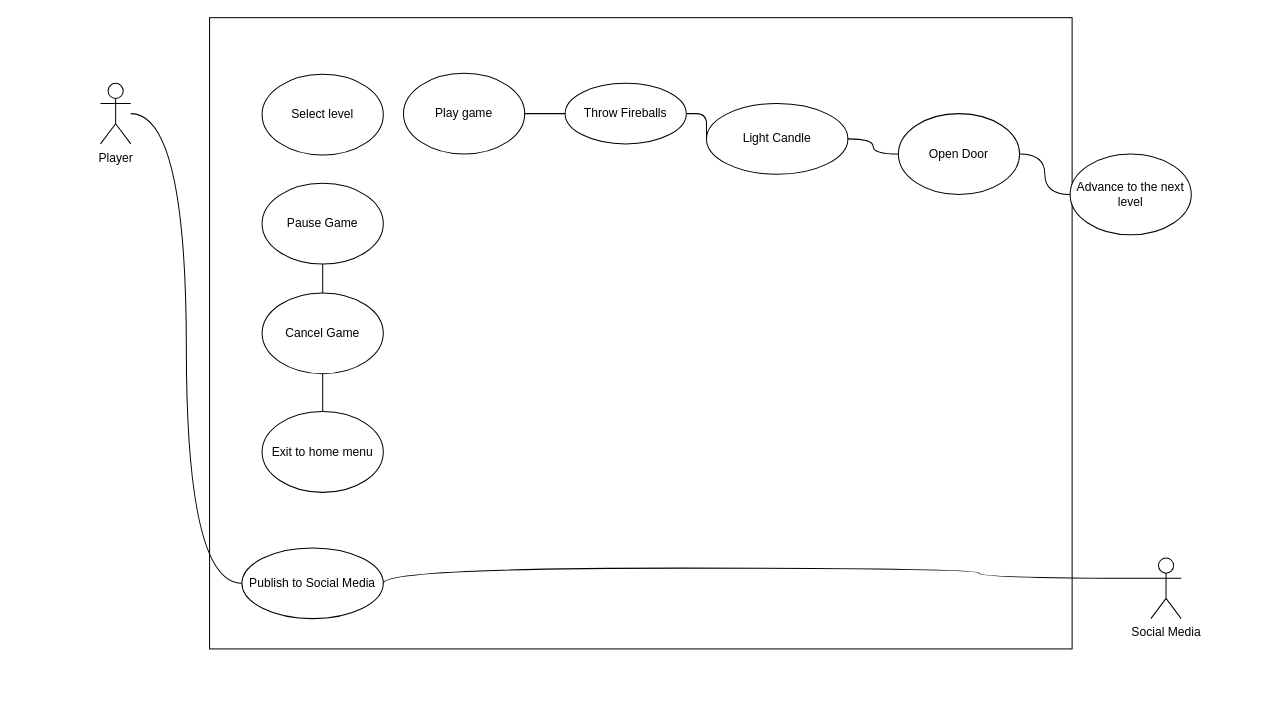
The draw.io diagram page "Use Case" (1 of 3) of Fileball Game Diagrams.drawio in sunrise858/CISC210Draw, before the edit. Source tidied: cells renumbered, new cells numbered last; positions are measured from the earlier drawing's top-left corner, leaving out a move shared by most shapes. Both pictures are drawn from the tidied source at 101%, with x=0, y=0 at pixel (100, 17).
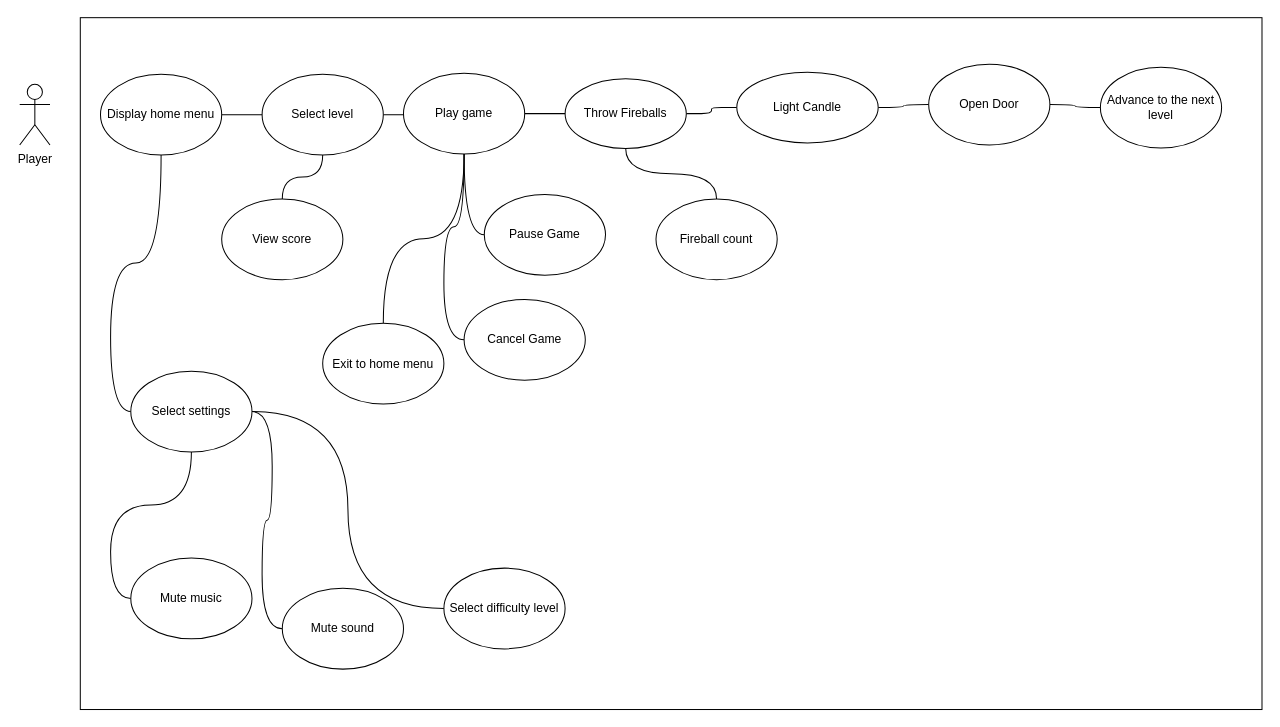
The same diagram, later.

Commit message:
Update Fireball Game Diagrams.drawio

Unchanged cells that the change refers to:
```xml
<mxCell id="17" value="Play game" style="ellipse;whiteSpace=wrap;html=1;" parent="1" vertex="1">
  <mxGeometry x="300" y="55" width="120" height="80" as="geometry" />
</mxCell>
<mxCell id="23" value="Select level" style="ellipse;whiteSpace=wrap;html=1;" parent="1" vertex="1">
  <mxGeometry x="160" y="56" width="120" height="80" as="geometry" />
</mxCell>
```

Change to the diagram source:
```diff
@@
     <mxCell id="3" style="rounded=0;whiteSpace=wrap;html=1;" parent="1" vertex="1">
-      <mxGeometry x="108" width="854" height="625" as="geometry" />
+      <mxGeometry x="-20" width="1170" height="685" as="geometry" />
     </mxCell>
     <mxCell id="4" value="Player" style="shape=umlActor;verticalLabelPosition=bottom;labelBackgroundColor=#ffffff;verticalAlign=top;html=1;" parent="1" vertex="1">
-      <mxGeometry y="65" width="30" height="60" as="geometry" />
+      <mxGeometry x="-80" y="66" width="30" height="60" as="geometry" />
     </mxCell>
@@
+    <mxCell id="24" style="edgeStyle=orthogonalEdgeStyle;curved=1;jettySize=auto;html=1;exitX=0.5;exitY=1;exitDx=0;exitDy=0;endArrow=none;endFill=0;" parent="1" edge="1" source="6" target="34">
+      <mxGeometry relative="1" as="geometry" />
+    </mxCell>
     <mxCell id="6" value="Throw Fireballs" style="ellipse;whiteSpace=wrap;html=1;" parent="1" vertex="1">
-      <mxGeometry x="460" y="65" width="120" height="60" as="geometry" />
+      <mxGeometry x="460" y="60.5" width="120" height="69" as="geometry" />
     </mxCell>
-    <mxCell id="7" style="edgeStyle=orthogonalEdgeStyle;jettySize=auto;html=1;endArrow=none;endFill=0;strokeColor=#000000;curved=1;exitX=1;exitY=0.5;exitDx=0;exitDy=0;entryX=0;entryY=0.3333333333333333;entryDx=0;entryDy=0;entryPerimeter=0;" parent="1" edge="1" source="8" target="12">
-      <mxGeometry relative="1" as="geometry">
-        <Array as="points">
-          <mxPoint x="280" y="545" />
-          <mxPoint x="870" y="545" />
-        </Array>
-      </mxGeometry>
-    </mxCell>
-    <mxCell id="8" value="Publish to Social Media" style="ellipse;whiteSpace=wrap;html=1;" parent="1" vertex="1">
-      <mxGeometry x="140" y="525" width="140" height="70" as="geometry" />
-    </mxCell>
-    <mxCell id="9" style="edgeStyle=orthogonalEdgeStyle;jettySize=auto;html=1;entryX=0;entryY=0.5;entryDx=0;entryDy=0;endArrow=none;endFill=0;strokeColor=#000000;curved=1;" parent="1" edge="1" source="4" target="8">
-      <mxGeometry relative="1" as="geometry" />
-    </mxCell>
@@
     <mxCell id="11" value="Light Candle" style="ellipse;whiteSpace=wrap;html=1;" parent="1" vertex="1">
-      <mxGeometry x="600" y="85" width="140" height="70" as="geometry" />
+      <mxGeometry x="630" y="54" width="140" height="70" as="geometry" />
     </mxCell>
-    <mxCell id="12" value="Social Media" style="shape=umlActor;verticalLabelPosition=bottom;labelBackgroundColor=#ffffff;verticalAlign=top;html=1;" parent="1" vertex="1">
-      <mxGeometry x="1040" y="535" width="30" height="60" as="geometry" />
-    </mxCell>
@@
     <mxCell id="14" value="Open Door" style="ellipse;whiteSpace=wrap;html=1;" parent="1" vertex="1">
-      <mxGeometry x="790" y="95" width="120" height="80" as="geometry" />
+      <mxGeometry x="820" y="46" width="120" height="80" as="geometry" />
     </mxCell>
     <mxCell id="15" value="Advance to the next level" style="ellipse;whiteSpace=wrap;html=1;" parent="1" vertex="1">
-      <mxGeometry x="960" y="135" width="120" height="80" as="geometry" />
+      <mxGeometry x="990" y="49" width="120" height="80" as="geometry" />
     </mxCell>
@@
+    <mxCell id="25" style="edgeStyle=orthogonalEdgeStyle;curved=1;jettySize=auto;html=1;entryX=0.5;entryY=0;entryDx=0;entryDy=0;endArrow=none;endFill=0;" parent="1" edge="1" source="17" target="22">
+      <mxGeometry relative="1" as="geometry" />
+    </mxCell>
+    <mxCell id="26" style="edgeStyle=orthogonalEdgeStyle;curved=1;jettySize=auto;html=1;entryX=0;entryY=0.5;entryDx=0;entryDy=0;endArrow=none;endFill=0;" parent="1" edge="1" source="17" target="21">
+      <mxGeometry relative="1" as="geometry" />
+    </mxCell>
+    <mxCell id="27" style="edgeStyle=orthogonalEdgeStyle;curved=1;jettySize=auto;html=1;entryX=0;entryY=0.5;entryDx=0;entryDy=0;endArrow=none;endFill=0;" parent="1" edge="1" source="17" target="19">
+      <mxGeometry relative="1" as="geometry" />
+    </mxCell>
@@
-    <mxCell id="18" style="edgeStyle=orthogonalEdgeStyle;curved=1;jettySize=auto;html=1;entryX=0.5;entryY=0;entryDx=0;entryDy=0;endArrow=none;endFill=0;" parent="1" edge="1" source="19" target="21">
-      <mxGeometry relative="1" as="geometry" />
-    </mxCell>
     <mxCell id="19" value="Pause Game" style="ellipse;whiteSpace=wrap;html=1;" parent="1" vertex="1">
-      <mxGeometry x="160" y="164" width="120" height="80" as="geometry" />
+      <mxGeometry x="380" y="175" width="120" height="80" as="geometry" />
     </mxCell>
-    <mxCell id="20" style="edgeStyle=orthogonalEdgeStyle;curved=1;jettySize=auto;html=1;entryX=0.5;entryY=0;entryDx=0;entryDy=0;endArrow=none;endFill=0;" parent="1" edge="1" source="21" target="22">
-      <mxGeometry relative="1" as="geometry" />
-    </mxCell>
     <mxCell id="21" value="Cancel Game" style="ellipse;whiteSpace=wrap;html=1;" parent="1" vertex="1">
-      <mxGeometry x="160" y="272.5" width="120" height="80" as="geometry" />
+      <mxGeometry x="360" y="279" width="120" height="80" as="geometry" />
     </mxCell>
     <mxCell id="22" value="Exit to home menu" style="ellipse;whiteSpace=wrap;html=1;" parent="1" vertex="1">
-      <mxGeometry x="160" y="390" width="120" height="80" as="geometry" />
+      <mxGeometry x="220" y="302.5" width="120" height="80" as="geometry" />
     </mxCell>
+    <mxCell id="28" style="edgeStyle=orthogonalEdgeStyle;rounded=0;jettySize=auto;html=1;entryX=0;entryY=0.5;entryDx=0;entryDy=0;endArrow=none;endFill=0;" parent="1" edge="1" source="23" target="17">
+      <mxGeometry relative="1" as="geometry" />
+    </mxCell>
+    <mxCell id="29" style="edgeStyle=orthogonalEdgeStyle;curved=1;jettySize=auto;html=1;endArrow=none;endFill=0;" parent="1" edge="1" source="23" target="33">
+      <mxGeometry relative="1" as="geometry" />
+    </mxCell>
@@
+    <mxCell id="30" style="edgeStyle=orthogonalEdgeStyle;curved=1;jettySize=auto;html=1;entryX=0;entryY=0.5;entryDx=0;entryDy=0;endArrow=none;endFill=0;" parent="1" edge="1" source="32" target="23">
+      <mxGeometry relative="1" as="geometry" />
+    </mxCell>
+    <mxCell id="31" style="edgeStyle=orthogonalEdgeStyle;curved=1;jettySize=auto;html=1;entryX=0;entryY=0.5;entryDx=0;entryDy=0;endArrow=none;endFill=0;" parent="1" edge="1" source="32" target="38">
+      <mxGeometry relative="1" as="geometry" />
+    </mxCell>
+    <mxCell id="32" value="Display home menu" style="ellipse;whiteSpace=wrap;html=1;" parent="1" vertex="1">
+      <mxGeometry y="56" width="120" height="80" as="geometry" />
+    </mxCell>
+    <mxCell id="33" value="View score" style="ellipse;whiteSpace=wrap;html=1;" parent="1" vertex="1">
+      <mxGeometry x="120" y="179.5" width="120" height="80" as="geometry" />
+    </mxCell>
+    <mxCell id="34" value="Fireball count" style="ellipse;whiteSpace=wrap;html=1;" parent="1" vertex="1">
+      <mxGeometry x="550" y="179.5" width="120" height="80" as="geometry" />
+    </mxCell>
+    <mxCell id="35" style="edgeStyle=orthogonalEdgeStyle;curved=1;jettySize=auto;html=1;entryX=0;entryY=0.5;entryDx=0;entryDy=0;endArrow=none;endFill=0;" parent="1" edge="1" source="38" target="39">
+      <mxGeometry relative="1" as="geometry" />
+    </mxCell>
+    <mxCell id="36" style="edgeStyle=orthogonalEdgeStyle;curved=1;jettySize=auto;html=1;entryX=0;entryY=0.5;entryDx=0;entryDy=0;endArrow=none;endFill=0;" parent="1" edge="1" source="38" target="40">
+      <mxGeometry relative="1" as="geometry" />
+    </mxCell>
+    <mxCell id="37" style="edgeStyle=orthogonalEdgeStyle;curved=1;jettySize=auto;html=1;entryX=0;entryY=0.5;entryDx=0;entryDy=0;endArrow=none;endFill=0;" parent="1" edge="1" source="38" target="41">
+      <mxGeometry relative="1" as="geometry" />
+    </mxCell>
+    <mxCell id="38" value="Select settings" style="ellipse;whiteSpace=wrap;html=1;" parent="1" vertex="1">
+      <mxGeometry x="30" y="350" width="120" height="80" as="geometry" />
+    </mxCell>
+    <mxCell id="39" value="Mute music" style="ellipse;whiteSpace=wrap;html=1;" parent="1" vertex="1">
+      <mxGeometry x="30" y="535" width="120" height="80" as="geometry" />
+    </mxCell>
+    <mxCell id="40" value="Mute sound" style="ellipse;whiteSpace=wrap;html=1;" parent="1" vertex="1">
+      <mxGeometry x="180" y="565" width="120" height="80" as="geometry" />
+    </mxCell>
+    <mxCell id="41" value="Select difficulty level" style="ellipse;whiteSpace=wrap;html=1;" parent="1" vertex="1">
+      <mxGeometry x="340" y="545" width="120" height="80" as="geometry" />
+    </mxCell>
```
